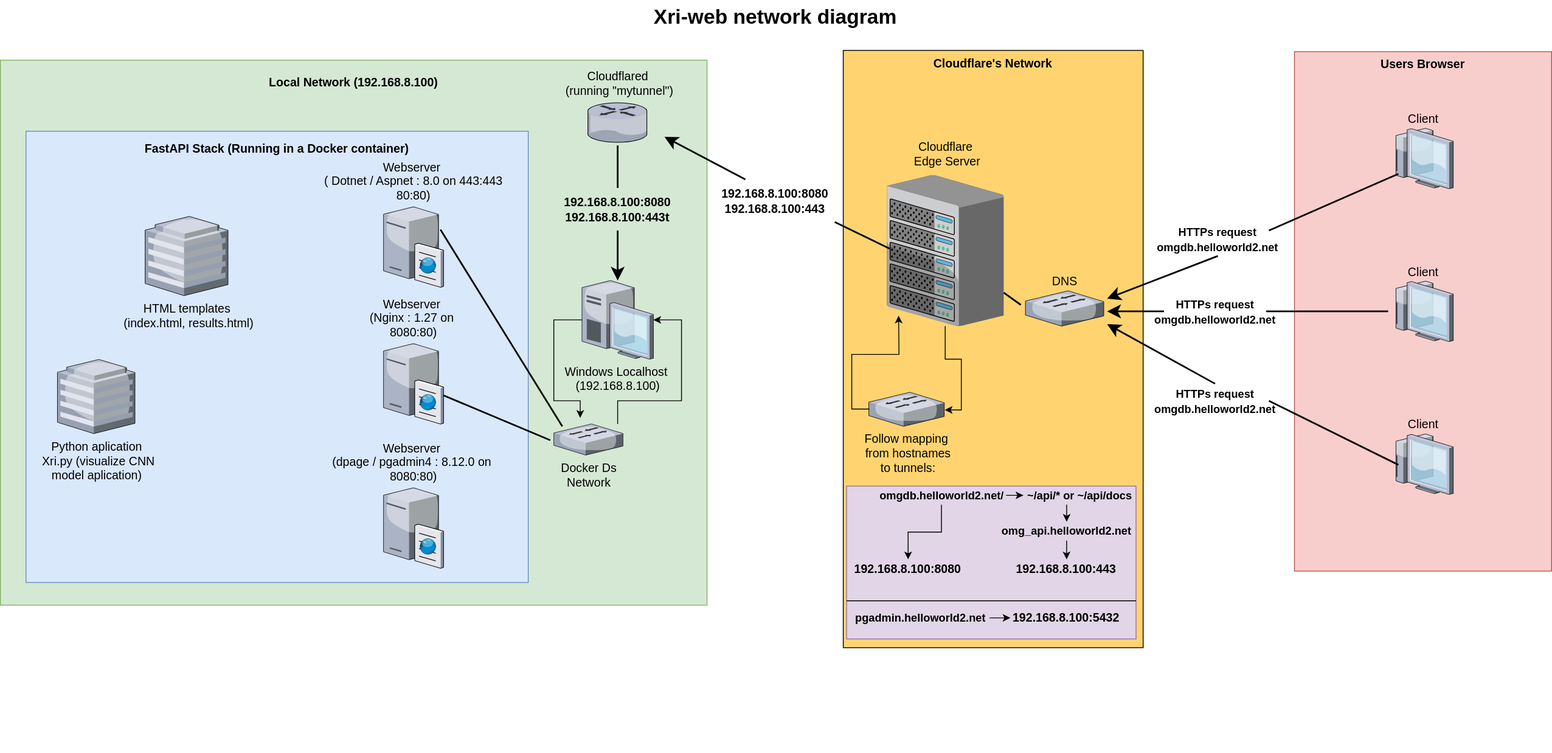
This is blueprint/network-diagram.drawio.svg from jmsaRuc/CITP_Portfolio_Project, a draw.io export, as it was before one commit. Source tidied: cells renumbered, new cells last; positions are measured from the earlier drawing's top-left corner, leaving out a move shared by most shapes.
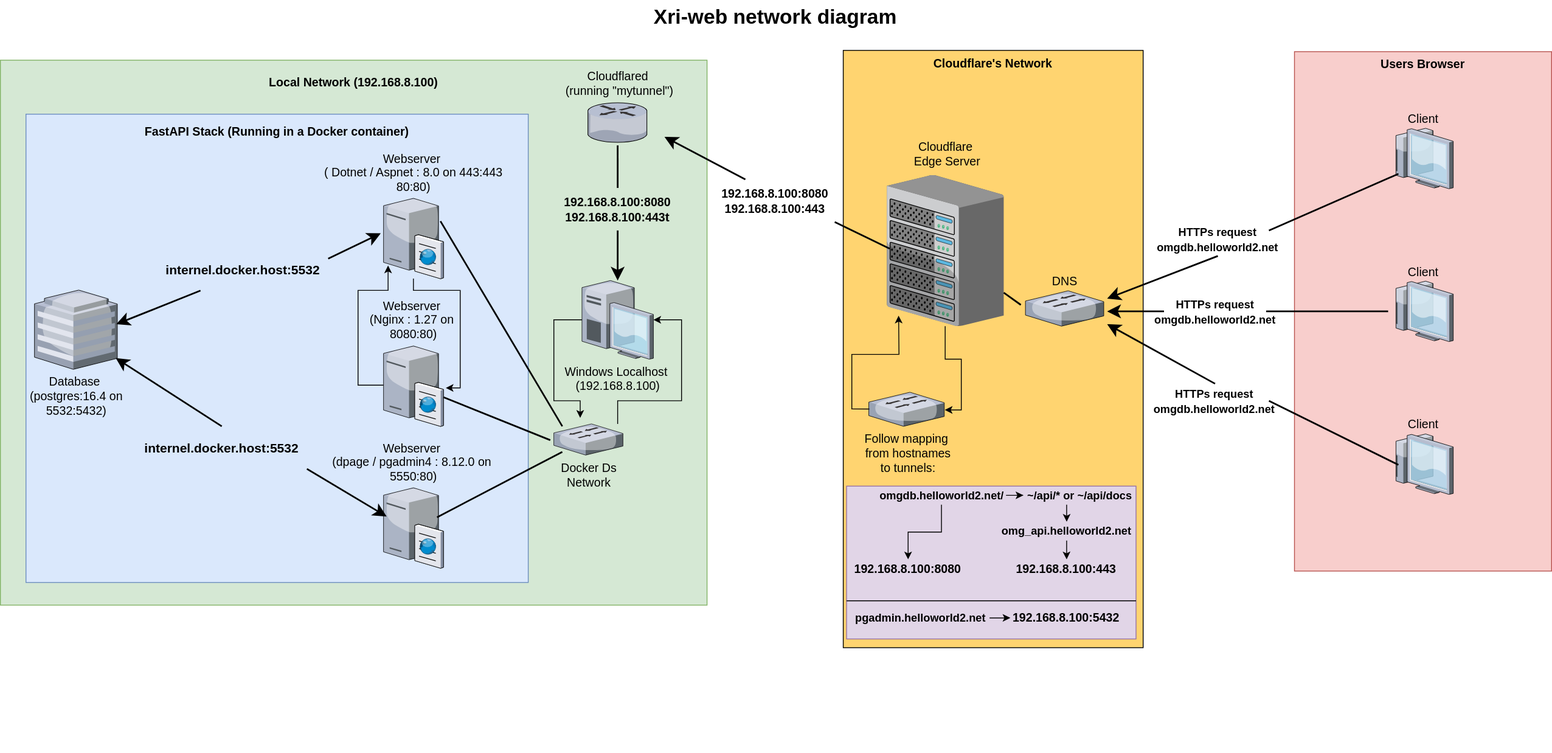
After the commit.

What changed in the source:
```diff
@@ -32,23 +32,56 @@
       <mxGeometry x="30" y="83.4" width="590" height="706.6" as="geometry" />
     </mxCell>
     <mxCell id="11" value="&lt;h3 style=&quot;line-height: 0%;&quot;&gt;FastAPI Stack (Running in a Docker container)&lt;/h3&gt;" style="rounded=0;whiteSpace=wrap;html=1;fillColor=#dae8fc;strokeColor=#6c8ebf;verticalAlign=top;" parent="10" vertex="1">
-      <mxGeometry width="590" height="530" as="geometry" />
+      <mxGeometry y="-20" width="590" height="550" as="geometry" />
     </mxCell>
-    <mxCell id="12" value="Python aplication&lt;br&gt;&amp;nbsp;Xri.py (visualize CNN&lt;br&gt;&amp;nbsp;model aplication)&amp;nbsp;" style="verticalLabelPosition=bottom;html=1;verticalAlign=top;strokeColor=none;shape=mxgraph.citrix.hq_enterprise;fillColor=#66B2FF;gradientColor=#0066CC;fontSize=14;" parent="10" vertex="1">
-      <mxGeometry x="37" y="268.1" width="91.1" height="87.1" as="geometry" />
-    </mxCell>
-    <mxCell id="13" value="HTML templates&lt;br&gt;&amp;nbsp;(index.html, results.html)" style="verticalLabelPosition=bottom;html=1;verticalAlign=top;strokeColor=none;shape=mxgraph.citrix.hq_enterprise;fillColor=#66B2FF;gradientColor=#0066CC;fontSize=14;" parent="10" vertex="1">
-      <mxGeometry x="140" y="100.1" width="97.3" height="93.1" as="geometry" />
+    <mxCell id="13" value="Database&amp;nbsp;&lt;div&gt;(postgres:16.4 on&lt;/div&gt;&lt;div&gt;5532:5432)&lt;/div&gt;" style="verticalLabelPosition=bottom;html=1;verticalAlign=top;strokeColor=none;shape=mxgraph.citrix.hq_enterprise;fillColor=#66B2FF;gradientColor=#0066CC;fontSize=14;" parent="10" vertex="1">
+      <mxGeometry x="10" y="186.6" width="97.3" height="93.1" as="geometry" />
     </mxCell>
     <mxCell id="14" value="Webserver&amp;nbsp;&lt;div&gt;(Nginx : 1.27 on&amp;nbsp;&lt;br&gt;8080:80)&lt;/div&gt;" style="verticalLabelPosition=top;html=1;verticalAlign=bottom;strokeColor=none;shape=mxgraph.citrix.cache_server;fillColor=#66B2FF;gradientColor=#0066CC;fontSize=14;labelPosition=center;align=center;" parent="10" vertex="1">
-      <mxGeometry x="420" y="247.2" width="70.3" height="96.6" as="geometry" />
+      <mxGeometry x="420" y="250" width="70.3" height="96.6" as="geometry" />
     </mxCell>
     <mxCell id="15" value="Webserver&amp;nbsp;&lt;div&gt;( Dotnet / Aspnet : 8.0 on&amp;nbsp;443:443&lt;div&gt;&lt;span style=&quot;background-color: transparent; color: light-dark(rgb(0, 0, 0), rgb(255, 255, 255));&quot;&gt;80:80)&lt;/span&gt;&lt;/div&gt;&lt;/div&gt;" style="verticalLabelPosition=top;html=1;verticalAlign=bottom;strokeColor=none;shape=mxgraph.citrix.cache_server;fillColor=#66B2FF;gradientColor=#0066CC;fontSize=14;labelPosition=center;align=center;" parent="10" vertex="1">
-      <mxGeometry x="420" y="86.6" width="70.3" height="96.6" as="geometry" />
+      <mxGeometry x="420" y="76.6" width="70.3" height="96.6" as="geometry" />
     </mxCell>
-    <mxCell id="16" value="Webserver&amp;nbsp;&lt;div&gt;(dpage / pgadmin4 : 8.12.0 on&amp;nbsp;&lt;br&gt;8080:80)&lt;/div&gt;" style="verticalLabelPosition=top;html=1;verticalAlign=bottom;strokeColor=none;shape=mxgraph.citrix.cache_server;fillColor=#66B2FF;gradientColor=#0066CC;fontSize=14;labelPosition=center;align=center;" parent="10" vertex="1">
+    <mxCell id="16" value="Webserver&amp;nbsp;&lt;div&gt;(dpage / pgadmin4 : 8.12.0 on&amp;nbsp;&lt;br&gt;5550:80&lt;span style=&quot;background-color: transparent; color: light-dark(rgb(0, 0, 0), rgb(255, 255, 255));&quot;&gt;)&lt;/span&gt;&lt;/div&gt;" style="verticalLabelPosition=top;html=1;verticalAlign=bottom;strokeColor=none;shape=mxgraph.citrix.cache_server;fillColor=#66B2FF;gradientColor=#0066CC;fontSize=14;labelPosition=center;align=center;" parent="10" vertex="1">
       <mxGeometry x="420" y="416.6" width="70.3" height="96.6" as="geometry" />
     </mxCell>
+    <mxCell id="61" value="internel.docker.host:5532" style="text;html=1;strokeColor=none;fillColor=none;align=center;verticalAlign=middle;whiteSpace=wrap;rounded=0;fontStyle=1;fontSize=15;" parent="10" vertex="1">
+      <mxGeometry x="130" y="346.6" width="200" height="50" as="geometry" />
+    </mxCell>
+    <mxCell id="62" style="edgeStyle=none;rounded=0;html=1;startSize=10;endSize=10;jettySize=auto;fontSize=14;endArrow=classic;endFill=1;strokeWidth=2;exitX=0.5;exitY=0;exitDx=0;exitDy=0;entryX=0.98;entryY=0.857;entryDx=0;entryDy=0;entryPerimeter=0;" parent="10" edge="1" source="61" target="13">
+      <mxGeometry relative="1" as="geometry" />
+    </mxCell>
+    <mxCell id="63" style="edgeStyle=none;rounded=0;html=1;startSize=10;endSize=10;jettySize=auto;fontSize=14;endArrow=classic;endFill=1;strokeWidth=2;exitX=1;exitY=1;exitDx=0;exitDy=0;entryX=0.052;entryY=0.372;entryDx=0;entryDy=0;entryPerimeter=0;" parent="10" edge="1" source="61" target="16">
+      <mxGeometry relative="1" as="geometry" />
+    </mxCell>
+    <mxCell id="64" value="internel.docker.host:5532" style="text;html=1;strokeColor=none;fillColor=none;align=center;verticalAlign=middle;whiteSpace=wrap;rounded=0;fontStyle=1;fontSize=15;" parent="10" vertex="1">
+      <mxGeometry x="155" y="137.2" width="200" height="50" as="geometry" />
+    </mxCell>
+    <mxCell id="65" style="edgeStyle=none;rounded=0;html=1;startSize=10;endSize=10;jettySize=auto;fontSize=14;endArrow=classic;endFill=1;strokeWidth=2;exitX=0.25;exitY=1;exitDx=0;exitDy=0;entryX=0.988;entryY=0.43;entryDx=0;entryDy=0;entryPerimeter=0;" parent="10" edge="1" source="64" target="13">
+      <mxGeometry relative="1" as="geometry" />
+    </mxCell>
+    <mxCell id="66" style="edgeStyle=none;rounded=0;html=1;startSize=10;endSize=10;jettySize=auto;fontSize=14;endArrow=classic;endFill=1;strokeWidth=2;exitX=1;exitY=0.25;exitDx=0;exitDy=0;entryX=-0.046;entryY=0.449;entryDx=0;entryDy=0;entryPerimeter=0;" parent="10" edge="1" source="64" target="15">
+      <mxGeometry relative="1" as="geometry" />
+    </mxCell>
+    <mxCell id="67" style="edgeStyle=orthogonalEdgeStyle;rounded=0;jettySize=auto;html=1;entryX=0.076;entryY=0.84;entryDx=0;entryDy=0;entryPerimeter=0;" parent="10" edge="1" source="14" target="15">
+      <mxGeometry relative="1" as="geometry">
+        <Array as="points">
+          <mxPoint x="390" y="298" />
+          <mxPoint x="390" y="187" />
+          <mxPoint x="425" y="187" />
+        </Array>
+      </mxGeometry>
+    </mxCell>
+    <mxCell id="68" style="edgeStyle=orthogonalEdgeStyle;rounded=0;jettySize=auto;html=1;entryX=1.04;entryY=0.533;entryDx=0;entryDy=0;entryPerimeter=0;" parent="10" edge="1" source="15" target="14">
+      <mxGeometry relative="1" as="geometry">
+        <Array as="points">
+          <mxPoint x="455" y="187" />
+          <mxPoint x="510" y="187" />
+          <mxPoint x="510" y="301" />
+        </Array>
+      </mxGeometry>
+    </mxCell>
     <mxCell id="17" style="edgeStyle=orthogonalEdgeStyle;rounded=0;jettySize=auto;html=1;" parent="8" edge="1" source="18" target="19">
       <mxGeometry relative="1" as="geometry">
         <Array as="points">
@@ -96,6 +129,9 @@
         <mxPoint x="660" y="430" as="sourcePoint" />
       </mxGeometry>
     </mxCell>
+    <mxCell id="69" style="endArrow=none;html=1;rounded=0;entryX=0.123;entryY=0.896;entryDx=0;entryDy=0;entryPerimeter=0;strokeWidth=2;exitX=0.894;exitY=0.381;exitDx=0;exitDy=0;exitPerimeter=0;" parent="8" edge="1" source="16" target="18">
+      <mxGeometry relative="1" as="geometry" />
+    </mxCell>
     <mxCell id="27" value="Xri-web network diagram" style="text;strokeColor=none;fillColor=none;html=1;fontSize=24;fontStyle=1;verticalAlign=middle;align=center;" parent="1" vertex="1">
       <mxGeometry x="479" width="861" height="40" as="geometry" />
     </mxCell>
```
